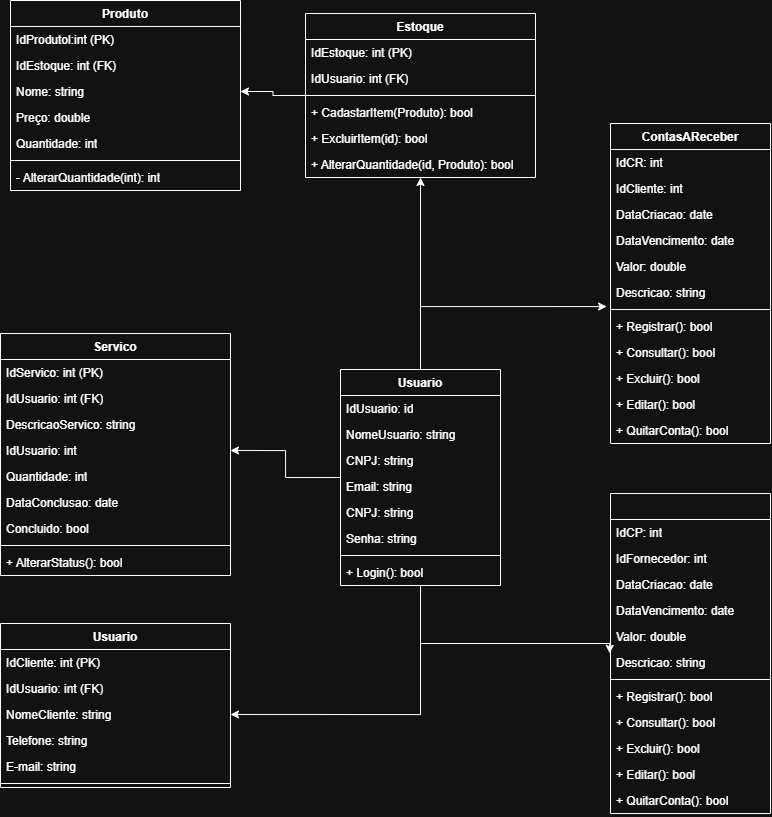
Earlier version of the draw.io export docs/modelos/Classes.drawio.png (ICEI-PUC-Minas-PSG-ADS-TI/icei-pucminas-psg-ads-n-2026-1-tiam-mei-easy). Source tidied: cells renumbered, new cells last; positions are measured from the earlier drawing's top-left corner, leaving out a move shared by most shapes.
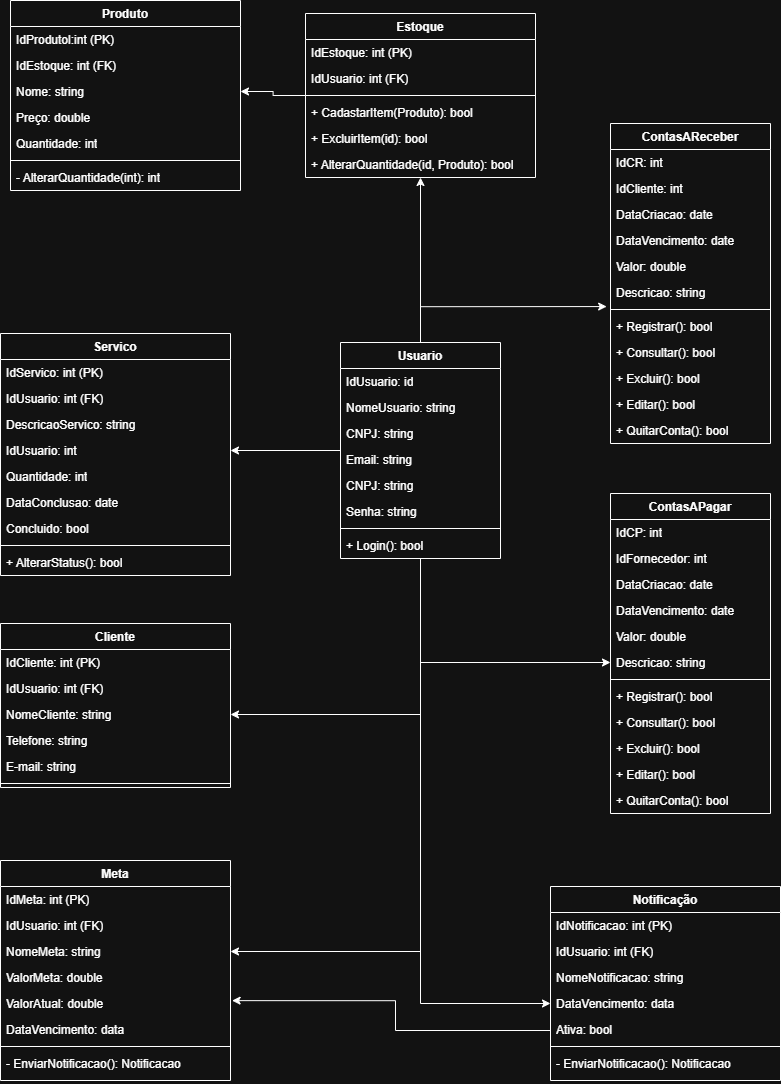
After the commit.

Change to the diagram source:
```diff
@@ -2,15 +2,6 @@
   <root>
     <mxCell id="0" />
     <mxCell id="1" parent="0" />
-    <mxCell id="2" style="edgeStyle=orthogonalEdgeStyle;rounded=0;jettySize=auto;html=1;entryX=-0.005;entryY=0.149;entryDx=0;entryDy=0;entryPerimeter=0;" parent="1" edge="1" target="34">
-      <mxGeometry relative="1" as="geometry">
-        <mxPoint x="380" y="585" as="sourcePoint" />
-        <Array as="points">
-          <mxPoint x="420" y="585" />
-          <mxPoint x="420" y="643" />
-        </Array>
-      </mxGeometry>
-    </mxCell>
     <mxCell id="3" style="edgeStyle=orthogonalEdgeStyle;rounded=0;jettySize=auto;html=1;entryX=0.5;entryY=1;entryDx=0;entryDy=0;" parent="1" edge="1" source="6" target="43">
       <mxGeometry relative="1" as="geometry" />
     </mxCell>
@@ -20,8 +11,17 @@
     <mxCell id="5" style="edgeStyle=orthogonalEdgeStyle;rounded=0;jettySize=auto;html=1;entryX=1;entryY=0.5;entryDx=0;entryDy=0;" parent="1" edge="1" source="6" target="71">
       <mxGeometry relative="1" as="geometry" />
     </mxCell>
+    <mxCell id="75" style="edgeStyle=orthogonalEdgeStyle;rounded=0;jettySize=auto;html=1;entryX=1;entryY=0.5;entryDx=0;entryDy=0;" parent="1" edge="1" source="6" target="81">
+      <mxGeometry relative="1" as="geometry" />
+    </mxCell>
+    <mxCell id="76" style="edgeStyle=orthogonalEdgeStyle;rounded=0;jettySize=auto;html=1;entryX=0;entryY=0.5;entryDx=0;entryDy=0;" parent="1" edge="1" source="6" target="34">
+      <mxGeometry relative="1" as="geometry" />
+    </mxCell>
+    <mxCell id="77" style="edgeStyle=orthogonalEdgeStyle;rounded=0;jettySize=auto;html=1;entryX=0;entryY=0.5;entryDx=0;entryDy=0;" parent="1" edge="1" source="6" target="92">
+      <mxGeometry relative="1" as="geometry" />
+    </mxCell>
     <mxCell id="6" value="Usuario" style="swimlane;fontStyle=1;align=center;verticalAlign=top;horizontal=1;startSize=26;whiteSpace=wrap;html=1;" parent="1" vertex="1">
-      <mxGeometry x="340" y="369" width="160" height="216" as="geometry" />
+      <mxGeometry x="340" y="342" width="160" height="216" as="geometry" />
     </mxCell>
     <mxCell id="7" value="IdUsuario: id" style="text;strokeColor=none;fillColor=none;align=left;verticalAlign=top;spacingLeft=4;spacingRight=4;overflow=hidden;whiteSpace=wrap;html=1;" parent="6" vertex="1">
       <mxGeometry y="26" width="160" height="26" as="geometry" />
@@ -86,7 +86,7 @@
     <mxCell id="27" value="+ QuitarConta(): bool" style="text;strokeColor=none;fillColor=none;align=left;verticalAlign=top;spacingLeft=4;spacingRight=4;overflow=hidden;whiteSpace=wrap;html=1;" parent="15" vertex="1">
       <mxGeometry y="294" width="160" height="26" as="geometry" />
     </mxCell>
-    <mxCell id="28" value=" " style="swimlane;fontStyle=1;align=center;verticalAlign=top;horizontal=1;startSize=26;whiteSpace=wrap;html=1;" parent="1" vertex="1">
+    <mxCell id="28" value="ContasAPagar" style="swimlane;fontStyle=1;align=center;verticalAlign=top;horizontal=1;startSize=26;whiteSpace=wrap;html=1;" parent="1" vertex="1">
       <mxGeometry x="610" y="493" width="160" height="320" as="geometry" />
     </mxCell>
     <mxCell id="29" value="IdCP: int" style="text;strokeColor=none;fillColor=none;align=left;verticalAlign=top;spacingLeft=4;spacingRight=4;overflow=hidden;whiteSpace=wrap;html=1;" parent="28" vertex="1">
@@ -206,7 +206,7 @@
     <mxCell id="67" value="+ AlterarStatus(): bool" style="text;strokeColor=none;fillColor=none;align=left;verticalAlign=top;spacingLeft=4;spacingRight=4;overflow=hidden;whiteSpace=wrap;html=1;" parent="58" vertex="1">
       <mxGeometry y="216" width="230" height="26" as="geometry" />
     </mxCell>
-    <mxCell id="68" value="Usuario" style="swimlane;fontStyle=1;align=center;verticalAlign=top;horizontal=1;startSize=26;whiteSpace=wrap;html=1;" parent="1" vertex="1">
+    <mxCell id="68" value="Cliente" style="swimlane;fontStyle=1;align=center;verticalAlign=top;horizontal=1;startSize=26;whiteSpace=wrap;html=1;" parent="1" vertex="1">
       <mxGeometry y="623" width="230" height="164" as="geometry" />
     </mxCell>
     <mxCell id="69" value="IdCliente: int (PK)" style="text;strokeColor=none;fillColor=none;align=left;verticalAlign=top;spacingLeft=4;spacingRight=4;overflow=hidden;whiteSpace=wrap;html=1;" parent="68" vertex="1">
@@ -227,5 +227,64 @@
     <mxCell id="74" style="line;strokeWidth=1;fillColor=none;align=left;verticalAlign=middle;spacingTop=-1;spacingLeft=3;spacingRight=3;labelPosition=right;strokeColor=inherit;" parent="68" vertex="1">
       <mxGeometry y="156" width="230" height="8" as="geometry" />
     </mxCell>
+    <mxCell id="78" value="Meta" style="swimlane;fontStyle=1;align=center;verticalAlign=top;horizontal=1;startSize=26;whiteSpace=wrap;html=1;" parent="1" vertex="1">
+      <mxGeometry y="860" width="230" height="220" as="geometry" />
+    </mxCell>
+    <mxCell id="79" value="IdMeta: int (PK)" style="text;strokeColor=none;fillColor=none;align=left;verticalAlign=top;spacingLeft=4;spacingRight=4;overflow=hidden;whiteSpace=wrap;html=1;" parent="78" vertex="1">
+      <mxGeometry y="26" width="230" height="26" as="geometry" />
+    </mxCell>
+    <mxCell id="80" value="IdUsuario: int (FK)" style="text;strokeColor=none;fillColor=none;align=left;verticalAlign=top;spacingLeft=4;spacingRight=4;overflow=hidden;whiteSpace=wrap;html=1;" parent="78" vertex="1">
+      <mxGeometry y="52" width="230" height="26" as="geometry" />
+    </mxCell>
+    <mxCell id="81" value="NomeMeta: string" style="text;strokeColor=none;fillColor=none;align=left;verticalAlign=top;spacingLeft=4;spacingRight=4;overflow=hidden;points=[[0,0.5],[1,0.5]];portConstraint=eastwest;whiteSpace=wrap;html=1;" parent="78" vertex="1">
+      <mxGeometry y="78" width="230" height="26" as="geometry" />
+    </mxCell>
+    <mxCell id="82" value="ValorMeta: double" style="text;strokeColor=none;fillColor=none;align=left;verticalAlign=top;spacingLeft=4;spacingRight=4;overflow=hidden;whiteSpace=wrap;html=1;" parent="78" vertex="1">
+      <mxGeometry y="104" width="230" height="26" as="geometry" />
+    </mxCell>
+    <mxCell id="83" value="ValorAtual: double" style="text;strokeColor=none;fillColor=none;align=left;verticalAlign=top;spacingLeft=4;spacingRight=4;overflow=hidden;points=[[0,0.5],[1,0.5]];portConstraint=eastwest;whiteSpace=wrap;html=1;" parent="78" vertex="1">
+      <mxGeometry y="130" width="230" height="26" as="geometry" />
+    </mxCell>
+    <mxCell id="84" value="DataVencimento: data" style="text;strokeColor=none;fillColor=none;align=left;verticalAlign=top;spacingLeft=4;spacingRight=4;overflow=hidden;whiteSpace=wrap;html=1;" parent="78" vertex="1">
+      <mxGeometry y="156" width="230" height="26" as="geometry" />
+    </mxCell>
+    <mxCell id="85" style="line;strokeWidth=1;fillColor=none;align=left;verticalAlign=middle;spacingTop=-1;spacingLeft=3;spacingRight=3;labelPosition=right;strokeColor=inherit;" parent="78" vertex="1">
+      <mxGeometry y="182" width="230" height="8" as="geometry" />
+    </mxCell>
+    <mxCell id="86" value="- EnviarNotificacao(): Notificacao" style="text;strokeColor=none;fillColor=none;align=left;verticalAlign=top;spacingLeft=4;spacingRight=4;overflow=hidden;whiteSpace=wrap;html=1;" parent="78" vertex="1">
+      <mxGeometry y="190" width="230" height="30" as="geometry" />
+    </mxCell>
+    <mxCell id="87" style="edgeStyle=orthogonalEdgeStyle;rounded=0;jettySize=auto;html=1;entryX=1.007;entryY=0.39;entryDx=0;entryDy=0;entryPerimeter=0;" parent="1" edge="1" source="88" target="83">
+      <mxGeometry relative="1" as="geometry">
+        <Array as="points">
+          <mxPoint x="395" y="1030" />
+          <mxPoint x="395" y="1000" />
+        </Array>
+      </mxGeometry>
+    </mxCell>
+    <mxCell id="88" value="Notificação" style="swimlane;fontStyle=1;align=center;verticalAlign=top;horizontal=1;startSize=26;whiteSpace=wrap;html=1;" parent="1" vertex="1">
+      <mxGeometry x="550" y="886" width="230" height="194" as="geometry" />
+    </mxCell>
+    <mxCell id="89" value="IdNotificacao: int (PK)" style="text;strokeColor=none;fillColor=none;align=left;verticalAlign=top;spacingLeft=4;spacingRight=4;overflow=hidden;whiteSpace=wrap;html=1;" parent="88" vertex="1">
+      <mxGeometry y="26" width="230" height="26" as="geometry" />
+    </mxCell>
+    <mxCell id="90" value="IdUsuario: int (FK)" style="text;strokeColor=none;fillColor=none;align=left;verticalAlign=top;spacingLeft=4;spacingRight=4;overflow=hidden;whiteSpace=wrap;html=1;" parent="88" vertex="1">
+      <mxGeometry y="52" width="230" height="26" as="geometry" />
+    </mxCell>
+    <mxCell id="91" value="NomeNotificacao: string" style="text;strokeColor=none;fillColor=none;align=left;verticalAlign=top;spacingLeft=4;spacingRight=4;overflow=hidden;whiteSpace=wrap;html=1;" parent="88" vertex="1">
+      <mxGeometry y="78" width="230" height="26" as="geometry" />
+    </mxCell>
+    <mxCell id="92" value="DataVencimento: data" style="text;strokeColor=none;fillColor=none;align=left;verticalAlign=top;spacingLeft=4;spacingRight=4;overflow=hidden;points=[[0,0.5],[1,0.5]];portConstraint=eastwest;whiteSpace=wrap;html=1;" parent="88" vertex="1">
+      <mxGeometry y="104" width="230" height="26" as="geometry" />
+    </mxCell>
+    <mxCell id="93" value="Ativa: bool" style="text;strokeColor=none;fillColor=none;align=left;verticalAlign=top;spacingLeft=4;spacingRight=4;overflow=hidden;whiteSpace=wrap;html=1;" parent="88" vertex="1">
+      <mxGeometry y="130" width="230" height="26" as="geometry" />
+    </mxCell>
+    <mxCell id="94" style="line;strokeWidth=1;fillColor=none;align=left;verticalAlign=middle;spacingTop=-1;spacingLeft=3;spacingRight=3;labelPosition=right;strokeColor=inherit;" parent="88" vertex="1">
+      <mxGeometry y="156" width="230" height="8" as="geometry" />
+    </mxCell>
+    <mxCell id="95" value="- EnviarNotificacao(): Notificacao" style="text;strokeColor=none;fillColor=none;align=left;verticalAlign=top;spacingLeft=4;spacingRight=4;overflow=hidden;whiteSpace=wrap;html=1;" parent="88" vertex="1">
+      <mxGeometry y="164" width="230" height="30" as="geometry" />
+    </mxCell>
   </root>
 </mxGraphModel>
```
